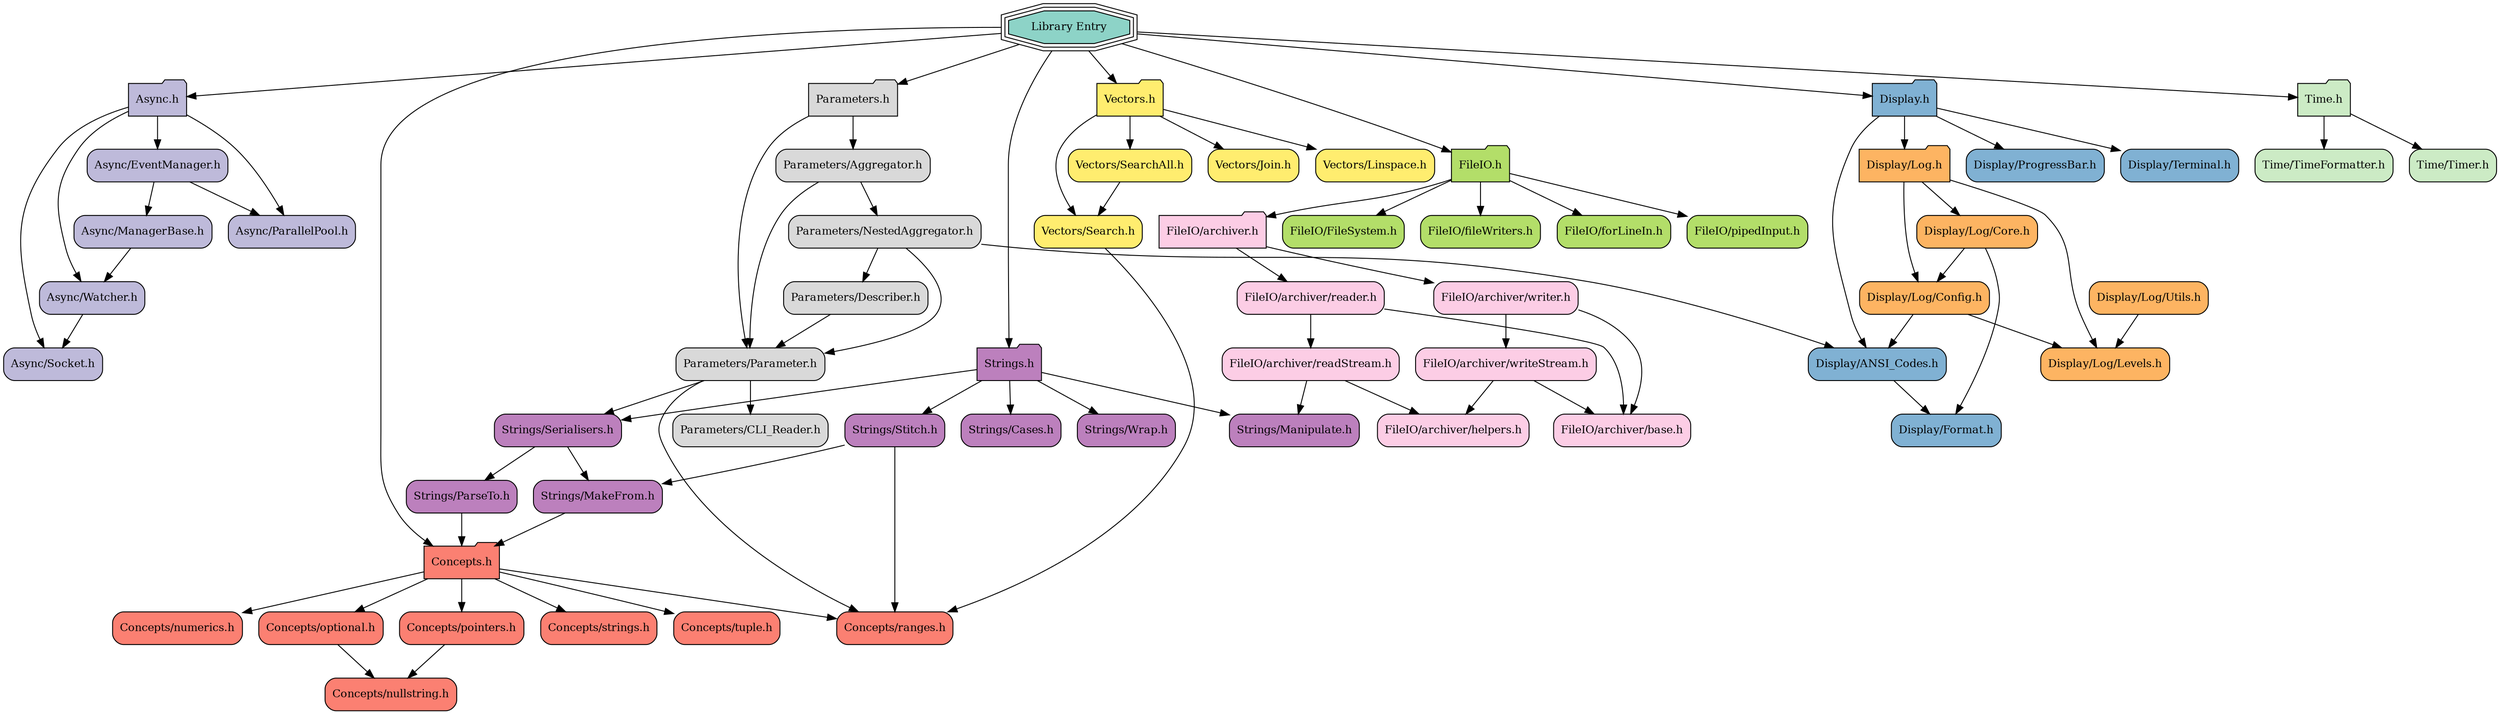
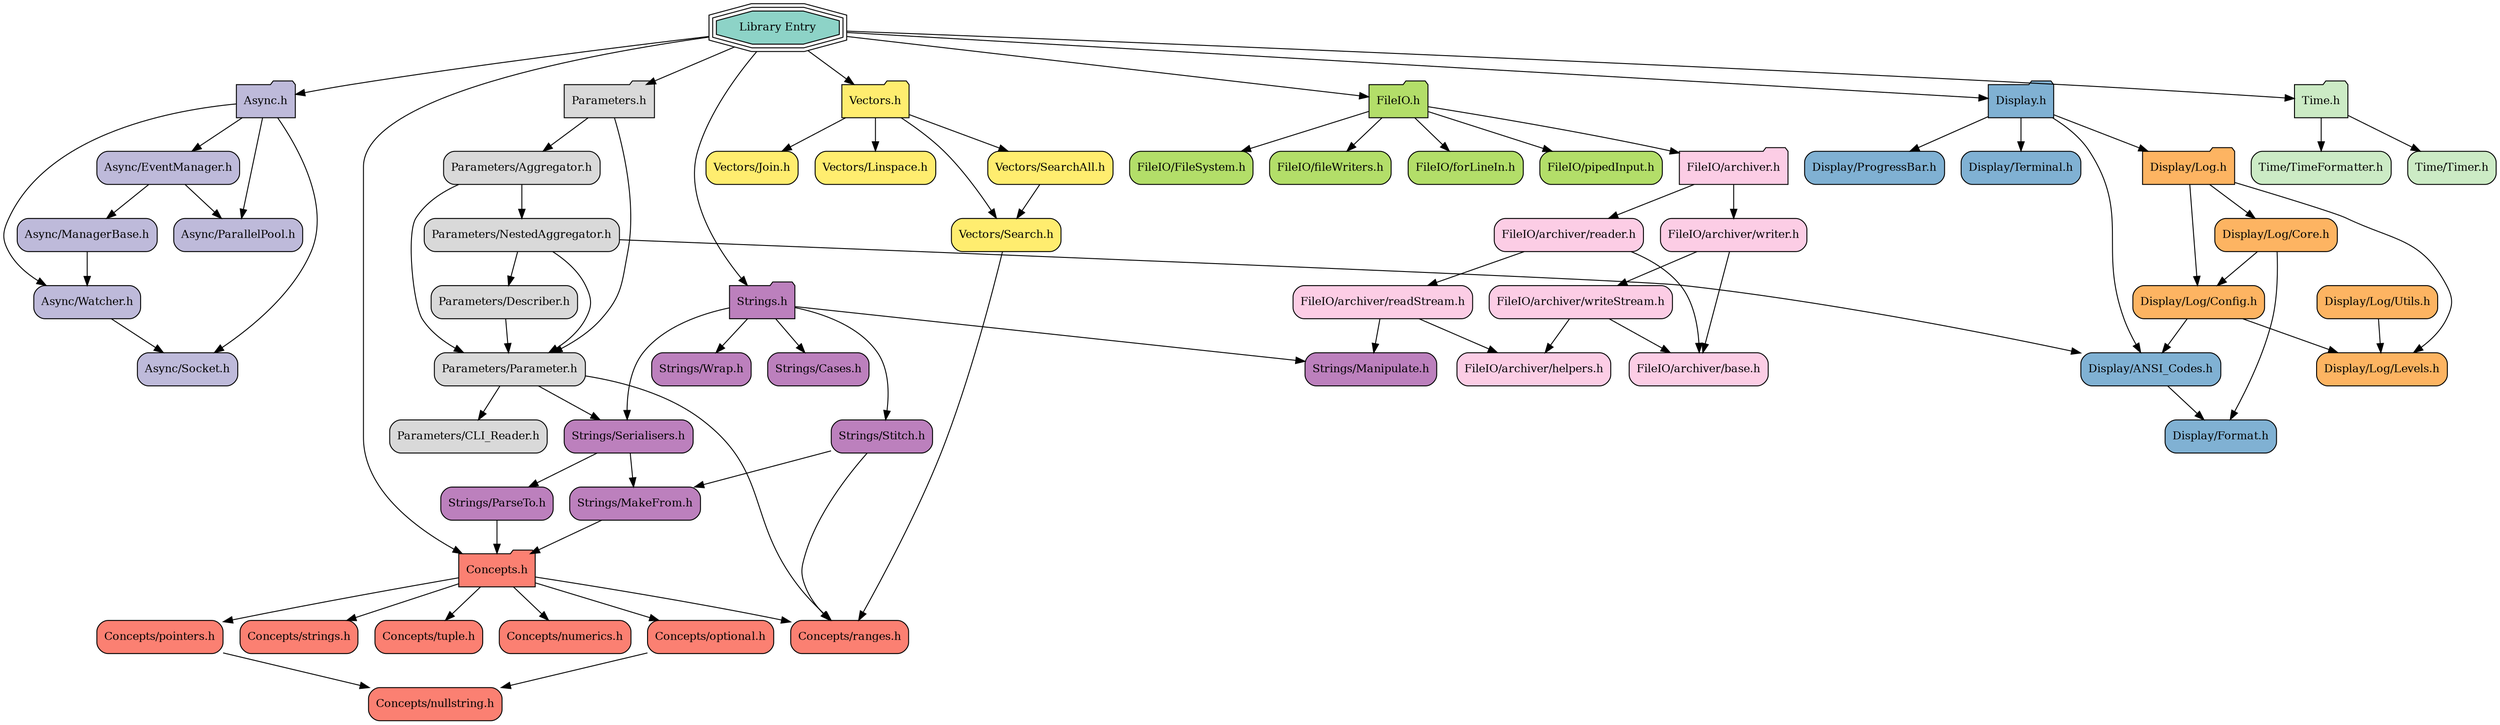
digraph codeviz {
    splines=true
    sep="+15,15"
    overlap=false

    node [shape=Mrecord, fontsize=12]

    node [fillcolor = "#8dd3c7",shape="tripleoctagon", style = "filled"] "JSL.h"                             [label = "Library Entry"]
    node [fillcolor = "#bebada", shape="folder", style = "filled"] "JSL/Async.h"                       [label = "Async.h"]
    node [fillcolor = "#bebada",shape="Mrecord", style = "filled"] "JSL/Async/EventManager.h"          [label = "Async/EventManager.h"]
    node [fillcolor = "#bebada",shape="Mrecord", style = "filled"] "JSL/Async/ManagerBase.h"           [label = "Async/ManagerBase.h"]
    node [fillcolor = "#bebada",shape="Mrecord", style = "filled"] "JSL/Async/ParallelPool.h"          [label = "Async/ParallelPool.h"]
    node [fillcolor = "#bebada",shape="Mrecord", style = "filled"] "JSL/Async/Socket.h"                [label = "Async/Socket.h"]
    node [fillcolor = "#bebada",shape="Mrecord", style = "filled"] "JSL/Async/Watcher.h"               [label = "Async/Watcher.h"]
    node [fillcolor = "#fb8072", shape="folder", style = "filled"] "JSL/Concepts.h"                    [label = "Concepts.h"]
    node [fillcolor = "#fb8072",shape="Mrecord", style = "filled"] "JSL/Concepts/nullstring.h"         [label = "Concepts/nullstring.h"]
    node [fillcolor = "#fb8072",shape="Mrecord", style = "filled"] "JSL/Concepts/numerics.h"           [label = "Concepts/numerics.h"]
    node [fillcolor = "#fb8072",shape="Mrecord", style = "filled"] "JSL/Concepts/optional.h"           [label = "Concepts/optional.h"]
    node [fillcolor = "#fb8072",shape="Mrecord", style = "filled"] "JSL/Concepts/pointers.h"           [label = "Concepts/pointers.h"]
    node [fillcolor = "#fb8072",shape="Mrecord", style = "filled"] "JSL/Concepts/ranges.h"             [label = "Concepts/ranges.h"]
    node [fillcolor = "#fb8072",shape="Mrecord", style = "filled"] "JSL/Concepts/strings.h"            [label = "Concepts/strings.h"]
    node [fillcolor = "#fb8072",shape="Mrecord", style = "filled"] "JSL/Concepts/tuple.h"              [label = "Concepts/tuple.h"]
    node [fillcolor = "#80b1d3", shape="folder", style = "filled"] "JSL/Display.h"                     [label = "Display.h"]
    node [fillcolor = "#80b1d3",shape="Mrecord", style = "filled"] "JSL/Display/ANSI_Codes.h"          [label = "Display/ANSI_Codes.h"]
    node [fillcolor = "#80b1d3",shape="Mrecord", style = "filled"] "JSL/Display/Format.h"              [label = "Display/Format.h"]
    node [fillcolor = "#fdb462", shape="folder", style = "filled"] "JSL/Display/Log.h"                 [label = "Display/Log.h"]
    node [fillcolor = "#fdb462",shape="Mrecord", style = "filled"] "JSL/Display/Log/Config.h"          [label = "Display/Log/Config.h"]
    node [fillcolor = "#fdb462",shape="Mrecord", style = "filled"] "JSL/Display/Log/Core.h"            [label = "Display/Log/Core.h"]
    node [fillcolor = "#fdb462",shape="Mrecord", style = "filled"] "JSL/Display/Log/Levels.h"          [label = "Display/Log/Levels.h"]
    node [fillcolor = "#fdb462",shape="Mrecord", style = "filled"] "JSL/Display/Log/Utils.h"           [label = "Display/Log/Utils.h"]
    node [fillcolor = "#80b1d3",shape="Mrecord", style = "filled"] "JSL/Display/ProgressBar.h"         [label = "Display/ProgressBar.h"]
    node [fillcolor = "#80b1d3",shape="Mrecord", style = "filled"] "JSL/Display/Terminal.h"            [label = "Display/Terminal.h"]
    node [fillcolor = "#b3de69", shape="folder", style = "filled"] "JSL/FileIO.h"                      [label = "FileIO.h"]
    node [fillcolor = "#b3de69",shape="Mrecord", style = "filled"] "JSL/FileIO/FileSystem.h"           [label = "FileIO/FileSystem.h"]
    node [fillcolor = "#fccde5", shape="folder", style = "filled"] "JSL/FileIO/archiver.h"             [label = "FileIO/archiver.h"]
    node [fillcolor = "#fccde5",shape="Mrecord", style = "filled"] "JSL/FileIO/archiver/base.h"        [label = "FileIO/archiver/base.h"]
    node [fillcolor = "#fccde5",shape="Mrecord", style = "filled"] "JSL/FileIO/archiver/helpers.h"     [label = "FileIO/archiver/helpers.h"]
    node [fillcolor = "#fccde5",shape="Mrecord", style = "filled"] "JSL/FileIO/archiver/readStream.h"  [label = "FileIO/archiver/readStream.h"]
    node [fillcolor = "#fccde5",shape="Mrecord", style = "filled"] "JSL/FileIO/archiver/reader.h"      [label = "FileIO/archiver/reader.h"]
    node [fillcolor = "#fccde5",shape="Mrecord", style = "filled"] "JSL/FileIO/archiver/writeStream.h" [label = "FileIO/archiver/writeStream.h"]
    node [fillcolor = "#fccde5",shape="Mrecord", style = "filled"] "JSL/FileIO/archiver/writer.h"      [label = "FileIO/archiver/writer.h"]
    node [fillcolor = "#b3de69",shape="Mrecord", style = "filled"] "JSL/FileIO/fileWriters.h"          [label = "FileIO/fileWriters.h"]
    node [fillcolor = "#b3de69",shape="Mrecord", style = "filled"] "JSL/FileIO/forLineIn.h"            [label = "FileIO/forLineIn.h"]
    node [fillcolor = "#b3de69",shape="Mrecord", style = "filled"] "JSL/FileIO/pipedInput.h"           [label = "FileIO/pipedInput.h"]
    node [fillcolor = "#d9d9d9", shape="folder", style = "filled"] "JSL/Parameters.h"                  [label = "Parameters.h"]
    node [fillcolor = "#d9d9d9",shape="Mrecord", style = "filled"] "JSL/Parameters/Aggregator.h"       [label = "Parameters/Aggregator.h"]
    node [fillcolor = "#d9d9d9",shape="Mrecord", style = "filled"] "JSL/Parameters/CLI_Reader.h"       [label = "Parameters/CLI_Reader.h"]
    node [fillcolor = "#d9d9d9",shape="Mrecord", style = "filled"] "JSL/Parameters/Describer.h"        [label = "Parameters/Describer.h"]
    node [fillcolor = "#d9d9d9",shape="Mrecord", style = "filled"] "JSL/Parameters/NestedAggregator.h" [label = "Parameters/NestedAggregator.h"]
    node [fillcolor = "#d9d9d9",shape="Mrecord", style = "filled"] "JSL/Parameters/Parameter.h"        [label = "Parameters/Parameter.h"]
    node [fillcolor = "#bc80bd", shape="folder", style = "filled"] "JSL/Strings.h"                     [label = "Strings.h"]
    node [fillcolor = "#bc80bd",shape="Mrecord", style = "filled"] "JSL/Strings/Cases.h"               [label = "Strings/Cases.h"]
    node [fillcolor = "#bc80bd",shape="Mrecord", style = "filled"] "JSL/Strings/MakeFrom.h"            [label = "Strings/MakeFrom.h"]
    node [fillcolor = "#bc80bd",shape="Mrecord", style = "filled"] "JSL/Strings/Manipulate.h"          [label = "Strings/Manipulate.h"]
    node [fillcolor = "#bc80bd",shape="Mrecord", style = "filled"] "JSL/Strings/ParseTo.h"             [label = "Strings/ParseTo.h"]
    node [fillcolor = "#bc80bd",shape="Mrecord", style = "filled"] "JSL/Strings/Serialisers.h"         [label = "Strings/Serialisers.h"]
    node [fillcolor = "#bc80bd",shape="Mrecord", style = "filled"] "JSL/Strings/Stitch.h"              [label = "Strings/Stitch.h"]
    node [fillcolor = "#bc80bd",shape="Mrecord", style = "filled"] "JSL/Strings/Wrap.h"                [label = "Strings/Wrap.h"]
    node [fillcolor = "#ccebc5", shape="folder", style = "filled"] "JSL/Time.h"                        [label = "Time.h"]
    node [fillcolor = "#ccebc5",shape="Mrecord", style = "filled"] "JSL/Time/TimeFormatter.h"          [label = "Time/TimeFormatter.h"]
    node [fillcolor = "#ccebc5",shape="Mrecord", style = "filled"] "JSL/Time/Timer.h"                  [label = "Time/Timer.h"]
    node [fillcolor = "#ffed6f", shape="folder", style = "filled"] "JSL/Vectors.h"                     [label = "Vectors.h"]
    node [fillcolor = "#ffed6f",shape="Mrecord", style = "filled"] "JSL/Vectors/Join.h"                [label = "Vectors/Join.h"]
    node [fillcolor = "#ffed6f",shape="Mrecord", style = "filled"] "JSL/Vectors/Linspace.h"            [label = "Vectors/Linspace.h"]
    node [fillcolor = "#ffed6f",shape="Mrecord", style = "filled"] "JSL/Vectors/Search.h"              [label = "Vectors/Search.h"]
    node [fillcolor = "#ffed6f",shape="Mrecord", style = "filled"] "JSL/Vectors/SearchAll.h"           [label = "Vectors/SearchAll.h"]

    "JSL.h"                             -> "JSL/Display.h"
    "JSL.h"                             -> "JSL/FileIO.h"
    "JSL.h"                             -> "JSL/Parameters.h"
    "JSL.h"                             -> "JSL/Strings.h"
    "JSL.h"                             -> "JSL/Time.h"
    "JSL.h"                             -> "JSL/Vectors.h"
    "JSL.h"                             -> "JSL/Async.h"
    "JSL.h"                             -> "JSL/Concepts.h"
    "JSL/Async.h"                       -> "JSL/Async/Socket.h"
    "JSL/Async.h"                       -> "JSL/Async/Watcher.h"
    "JSL/Async.h"                       -> "JSL/Async/EventManager.h"
    "JSL/Async.h"                       -> "JSL/Async/ParallelPool.h"
    "JSL/Async/EventManager.h"          -> "JSL/Async/ManagerBase.h"
    "JSL/Async/EventManager.h"          -> "JSL/Async/ParallelPool.h"
    "JSL/Async/ManagerBase.h"           -> "JSL/Async/Watcher.h"
    "JSL/Async/Watcher.h"               -> "JSL/Async/Socket.h"
-     "JSL/Concepts.h"                    -> "JSL/Concepts/ranges.h"[weight=0.3]
+     "JSL/Concepts.h"                    -> "JSL/Concepts/ranges.h"
    "JSL/Concepts.h"                    -> "JSL/Concepts/tuple.h"
    "JSL/Concepts.h"                    -> "JSL/Concepts/numerics.h"
    "JSL/Concepts.h"                    -> "JSL/Concepts/strings.h"
    "JSL/Concepts.h"                    -> "JSL/Concepts/pointers.h"
    "JSL/Concepts.h"                    -> "JSL/Concepts/optional.h"
    "JSL/Concepts/optional.h"           -> "JSL/Concepts/nullstring.h"
    "JSL/Concepts/pointers.h"           -> "JSL/Concepts/nullstring.h"
    "JSL/Display.h"                     -> "JSL/Display/Log.h"
    "JSL/Display.h"                     -> "JSL/Display/ANSI_Codes.h"
    "JSL/Display.h"                     -> "JSL/Display/ProgressBar.h"
    "JSL/Display.h"                     -> "JSL/Display/Terminal.h"
    "JSL/Display/ANSI_Codes.h"          -> "JSL/Display/Format.h"
    "JSL/Display/Log.h"                 -> "JSL/Display/Log/Core.h"
    "JSL/Display/Log.h"                 -> "JSL/Display/Log/Config.h"
    "JSL/Display/Log.h"                 -> "JSL/Display/Log/Levels.h"
    "JSL/Display/Log/Config.h"          -> "JSL/Display/Log/Levels.h"
    "JSL/Display/Log/Config.h"          -> "JSL/Display/ANSI_Codes.h"
    "JSL/Display/Log/Core.h"            -> "JSL/Display/Log/Config.h"
    "JSL/Display/Log/Core.h"            -> "JSL/Display/Format.h"
    "JSL/Display/Log/Utils.h"           -> "JSL/Display/Log/Levels.h"
    "JSL/FileIO.h"                      -> "JSL/FileIO/forLineIn.h"
    "JSL/FileIO.h"                      -> "JSL/FileIO/FileSystem.h"
    "JSL/FileIO.h"                      -> "JSL/FileIO/fileWriters.h"
    "JSL/FileIO.h"                      -> "JSL/FileIO/pipedInput.h"
    "JSL/FileIO.h"                      -> "JSL/FileIO/archiver.h"
    "JSL/FileIO/archiver.h"             -> "JSL/FileIO/archiver/writer.h"
    "JSL/FileIO/archiver.h"             -> "JSL/FileIO/archiver/reader.h"
    "JSL/FileIO/archiver/readStream.h"  -> "JSL/Strings/Manipulate.h"
    "JSL/FileIO/archiver/readStream.h"  -> "JSL/FileIO/archiver/helpers.h"
    "JSL/FileIO/archiver/reader.h"      -> "JSL/FileIO/archiver/base.h"
    "JSL/FileIO/archiver/reader.h"      -> "JSL/FileIO/archiver/readStream.h"
    "JSL/FileIO/archiver/writeStream.h" -> "JSL/FileIO/archiver/base.h"
    "JSL/FileIO/archiver/writeStream.h" -> "JSL/FileIO/archiver/helpers.h"
    "JSL/FileIO/archiver/writer.h"      -> "JSL/FileIO/archiver/base.h"
    "JSL/FileIO/archiver/writer.h"      -> "JSL/FileIO/archiver/writeStream.h"
    "JSL/Parameters.h"                  -> "JSL/Parameters/Parameter.h"
    "JSL/Parameters.h"                  -> "JSL/Parameters/Aggregator.h"
    "JSL/Parameters/Aggregator.h"       -> "JSL/Parameters/NestedAggregator.h"
    "JSL/Parameters/Aggregator.h"       -> "JSL/Parameters/Parameter.h"
    "JSL/Parameters/Describer.h"        -> "JSL/Parameters/Parameter.h"
    "JSL/Parameters/NestedAggregator.h" -> "JSL/Parameters/Parameter.h"
    "JSL/Parameters/NestedAggregator.h" -> "JSL/Display/ANSI_Codes.h"
    "JSL/Parameters/NestedAggregator.h" -> "JSL/Parameters/Describer.h"
-     "JSL/Parameters/Parameter.h"        -> "JSL/Concepts/ranges.h"
+     "JSL/Parameters/Parameter.h"              -> "JSL/Concepts/ranges.h"[weight=0.3]
    "JSL/Parameters/Parameter.h"        -> "JSL/Strings/Serialisers.h"
    "JSL/Parameters/Parameter.h"        -> "JSL/Parameters/CLI_Reader.h"
    "JSL/Strings.h"                     -> "JSL/Strings/Serialisers.h"
    "JSL/Strings.h"                     -> "JSL/Strings/Cases.h"
    "JSL/Strings.h"                     -> "JSL/Strings/Manipulate.h"
    "JSL/Strings.h"                     -> "JSL/Strings/Stitch.h"
    "JSL/Strings.h"                     -> "JSL/Strings/Wrap.h"
    "JSL/Strings/MakeFrom.h"            -> "JSL/Concepts.h"
    "JSL/Strings/ParseTo.h"             -> "JSL/Concepts.h"
    "JSL/Strings/Serialisers.h"         -> "JSL/Strings/MakeFrom.h"
    "JSL/Strings/Serialisers.h"         -> "JSL/Strings/ParseTo.h"
    "JSL/Strings/Stitch.h"              -> "JSL/Strings/MakeFrom.h"
-     "JSL/Strings/Stitch.h"              -> "JSL/Concepts/ranges.h"
+     "JSL/Strings/Stitch.h"                    -> "JSL/Concepts/ranges.h"[weight=0.3]
    "JSL/Time.h"                        -> "JSL/Time/Timer.h"
    "JSL/Time.h"                        -> "JSL/Time/TimeFormatter.h"
    "JSL/Vectors.h"                     -> "JSL/Vectors/Search.h"
    "JSL/Vectors.h"                     -> "JSL/Vectors/SearchAll.h"
    "JSL/Vectors.h"                     -> "JSL/Vectors/Join.h"
    "JSL/Vectors.h"                     -> "JSL/Vectors/Linspace.h"
-     "JSL/Vectors/Search.h"              -> "JSL/Concepts/ranges.h"
+     "JSL/Vectors/Search.h"                    -> "JSL/Concepts/ranges.h"[weight=0.3]
    "JSL/Vectors/SearchAll.h"           -> "JSL/Vectors/Search.h"
}
